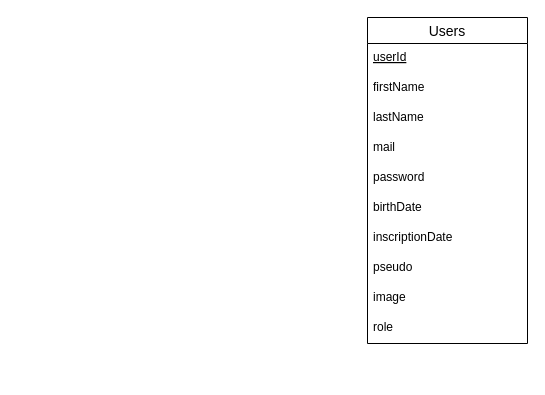
Earlier version of the draw.io diagram page "MCD 2" (2 of 4) of BDD.drawio (Benji290402/TpPHP-SQL). Source tidied: cells renumbered, new cells numbered last; positions are measured from the earlier drawing's top-left corner, leaving out a move shared by most shapes. Both pictures are drawn from the tidied source at 100%, with x=0, y=0 at pixel (367, 17).
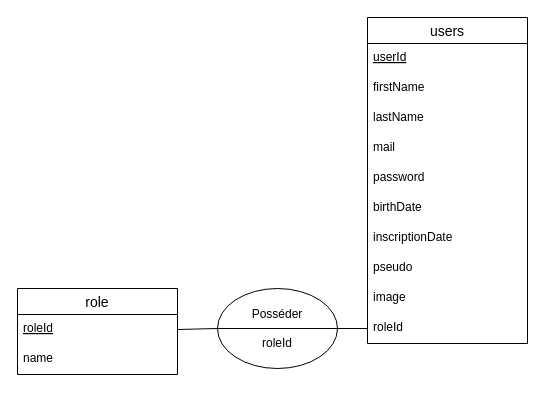
Above is the later version.

The edit, as a diff of the source:
```diff
@@
 <mxGraphModel>
   <root>
     <mxCell id="0" />
     <mxCell id="1" parent="0" />
-    <mxCell id="2" value="Users" style="swimlane;fontStyle=0;horizontal=1;startSize=26;align=center;fontSize=14;" parent="1" vertex="1">
+    <mxCell id="2" value="users" style="swimlane;fontStyle=0;horizontal=1;startSize=26;align=center;fontSize=14;" parent="1" vertex="1">
       <mxGeometry width="160" height="326" as="geometry" />
     </mxCell>
     <mxCell id="3" value="userId" style="text;strokeColor=none;fillColor=none;spacingLeft=4;spacingRight=4;overflow=hidden;fontSize=12;fontStyle=4;" parent="2" vertex="1">
       <mxGeometry y="26" width="160" height="30" as="geometry" />
     </mxCell>
     <mxCell id="4" value="firstName" style="text;strokeColor=none;fillColor=none;spacingLeft=4;spacingRight=4;overflow=hidden;fontSize=12;" parent="2" vertex="1">
       <mxGeometry y="56" width="160" height="30" as="geometry" />
     </mxCell>
     <mxCell id="5" value="lastName" style="text;strokeColor=none;fillColor=none;spacingLeft=4;spacingRight=4;overflow=hidden;fontSize=12;" parent="2" vertex="1">
       <mxGeometry y="86" width="160" height="30" as="geometry" />
     </mxCell>
     <mxCell id="6" value="mail" style="text;strokeColor=none;fillColor=none;spacingLeft=4;spacingRight=4;overflow=hidden;fontSize=12;" parent="2" vertex="1">
       <mxGeometry y="116" width="160" height="30" as="geometry" />
     </mxCell>
     <mxCell id="7" value="password" style="text;strokeColor=none;fillColor=none;spacingLeft=4;spacingRight=4;overflow=hidden;fontSize=12;" parent="2" vertex="1">
       <mxGeometry y="146" width="160" height="30" as="geometry" />
     </mxCell>
     <mxCell id="8" value="birthDate" style="text;strokeColor=none;fillColor=none;spacingLeft=4;spacingRight=4;overflow=hidden;fontSize=12;" parent="2" vertex="1">
       <mxGeometry y="176" width="160" height="30" as="geometry" />
     </mxCell>
     <mxCell id="9" value="inscriptionDate" style="text;strokeColor=none;fillColor=none;spacingLeft=4;spacingRight=4;overflow=hidden;fontSize=12;" parent="2" vertex="1">
       <mxGeometry y="206" width="160" height="30" as="geometry" />
     </mxCell>
     <mxCell id="10" value="pseudo" style="text;strokeColor=none;fillColor=none;spacingLeft=4;spacingRight=4;overflow=hidden;fontSize=12;" parent="2" vertex="1">
       <mxGeometry y="236" width="160" height="30" as="geometry" />
     </mxCell>
     <mxCell id="11" value="image" style="text;strokeColor=none;fillColor=none;spacingLeft=4;spacingRight=4;overflow=hidden;fontSize=12;" parent="2" vertex="1">
       <mxGeometry y="266" width="160" height="30" as="geometry" />
     </mxCell>
-    <mxCell id="12" value="role" style="text;strokeColor=none;fillColor=none;spacingLeft=4;spacingRight=4;overflow=hidden;points=[[0,0.5],[1,0.5]];portConstraint=eastwest;fontSize=12;" parent="2" vertex="1">
+    <mxCell id="12" value="roleId" style="text;strokeColor=none;fillColor=none;spacingLeft=4;spacingRight=4;overflow=hidden;points=[[0,0.5],[1,0.5]];portConstraint=eastwest;fontSize=12;" parent="2" vertex="1">
       <mxGeometry y="296" width="160" height="30" as="geometry" />
     </mxCell>
+    <mxCell id="13" value="role" style="swimlane;fontStyle=0;horizontal=1;startSize=26;align=center;fontSize=14;" parent="1" vertex="1">
+      <mxGeometry x="-350" y="271" width="160" height="86" as="geometry" />
+    </mxCell>
+    <mxCell id="14" value="roleId" style="text;strokeColor=none;fillColor=none;spacingLeft=4;spacingRight=4;overflow=hidden;points=[[0,0.5],[1,0.5]];portConstraint=eastwest;fontSize=12;fontStyle=4;" parent="13" vertex="1">
+      <mxGeometry y="26" width="160" height="30" as="geometry" />
+    </mxCell>
+    <mxCell id="15" value="name" style="text;strokeColor=none;fillColor=none;spacingLeft=4;spacingRight=4;overflow=hidden;fontSize=12;" parent="13" vertex="1">
+      <mxGeometry y="56" width="160" height="30" as="geometry" />
+    </mxCell>
+    <mxCell id="16" style="edgeStyle=none;rounded=0;jettySize=auto;html=1;exitX=1;exitY=0.5;exitDx=0;exitDy=0;entryX=0;entryY=0.5;entryDx=0;entryDy=0;endArrow=none;endFill=0;" parent="1" edge="1" source="18" target="12">
+      <mxGeometry relative="1" as="geometry" />
+    </mxCell>
+    <mxCell id="17" style="edgeStyle=none;rounded=0;jettySize=auto;html=1;exitX=0;exitY=0.5;exitDx=0;exitDy=0;entryX=1;entryY=0.5;entryDx=0;entryDy=0;endArrow=none;endFill=0;" parent="1" edge="1" source="18" target="14">
+      <mxGeometry relative="1" as="geometry" />
+    </mxCell>
+    <mxCell id="18" value="&lt;div&gt;Posséder&lt;/div&gt;&lt;div&gt;&lt;br&gt;&lt;/div&gt;&lt;div&gt;roleId&lt;br&gt;&lt;/div&gt;" style="ellipse;whiteSpace=wrap;html=1;" parent="1" vertex="1">
+      <mxGeometry x="-150" y="271" width="120" height="80" as="geometry" />
+    </mxCell>
+    <mxCell id="19" style="rounded=0;orthogonalLoop=1;jettySize=auto;html=1;exitX=0;exitY=0.5;exitDx=0;exitDy=0;entryX=1;entryY=0.5;entryDx=0;entryDy=0;endArrow=none;endFill=0;" parent="1" edge="1" source="18" target="18">
+      <mxGeometry relative="1" as="geometry" />
+    </mxCell>
   </root>
 </mxGraphModel>
```
